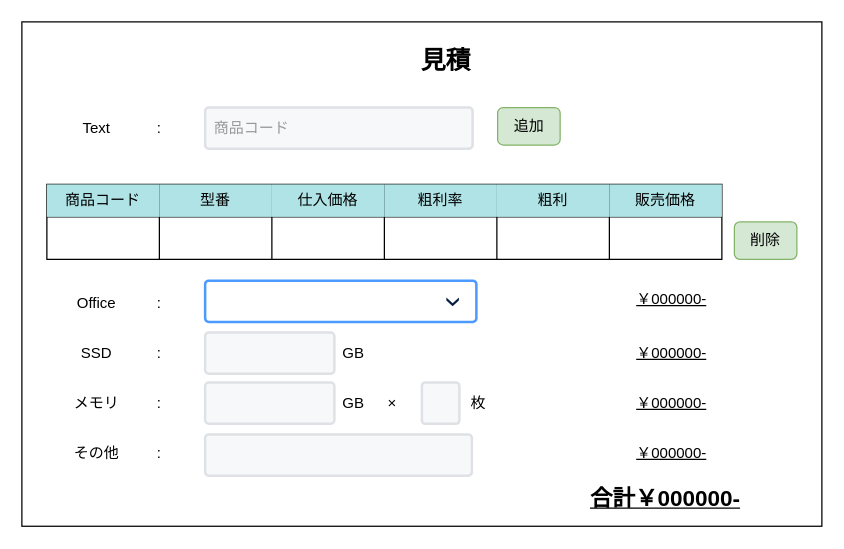
The draw.io diagram page "S10-01見積" (1 of 11) of 各種設計書/6.画面設計書/店舗一覧.drawio in HaruShim/Sotuken, before the edit. Source tidied: cells renumbered, new cells numbered last; positions are measured from the earlier drawing's top-left corner, leaving out a move shared by most shapes. Both pictures are drawn from the tidied source at 125%, with x=0, y=0 at pixel (21, 21).
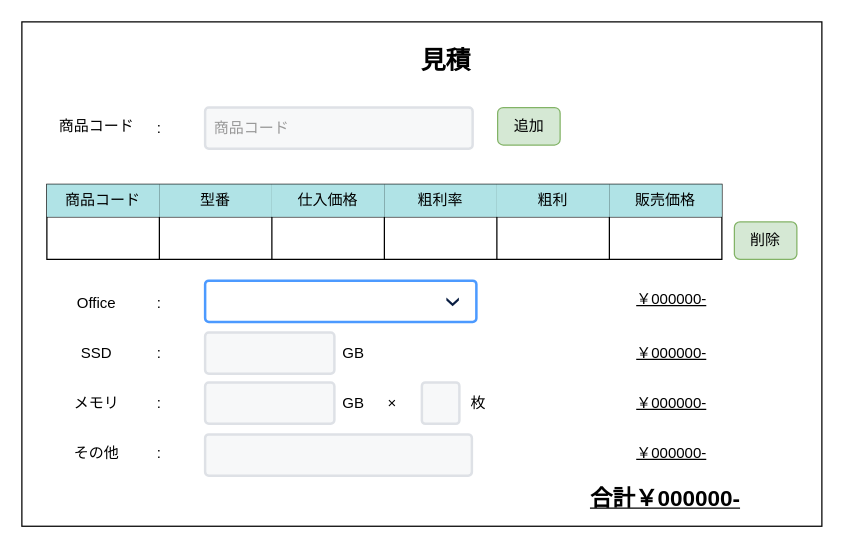
The same diagram, later.

The edit, as a diff of the source:
```diff
@@
-    <mxCell id="4" value="Text" style="text;html=1;strokeColor=none;fillColor=none;align=center;verticalAlign=middle;whiteSpace=wrap;rounded=0;" parent="1" vertex="1">
-      <mxGeometry x="30" y="70" width="60" height="30" as="geometry" />
+    <mxCell id="4" value="商品コード" style="text;html=1;strokeColor=none;fillColor=none;align=center;verticalAlign=middle;whiteSpace=wrap;rounded=0;" parent="1" vertex="1">
+      <mxGeometry x="25" y="68.5" width="70" height="30" as="geometry" />
     </mxCell>
```
